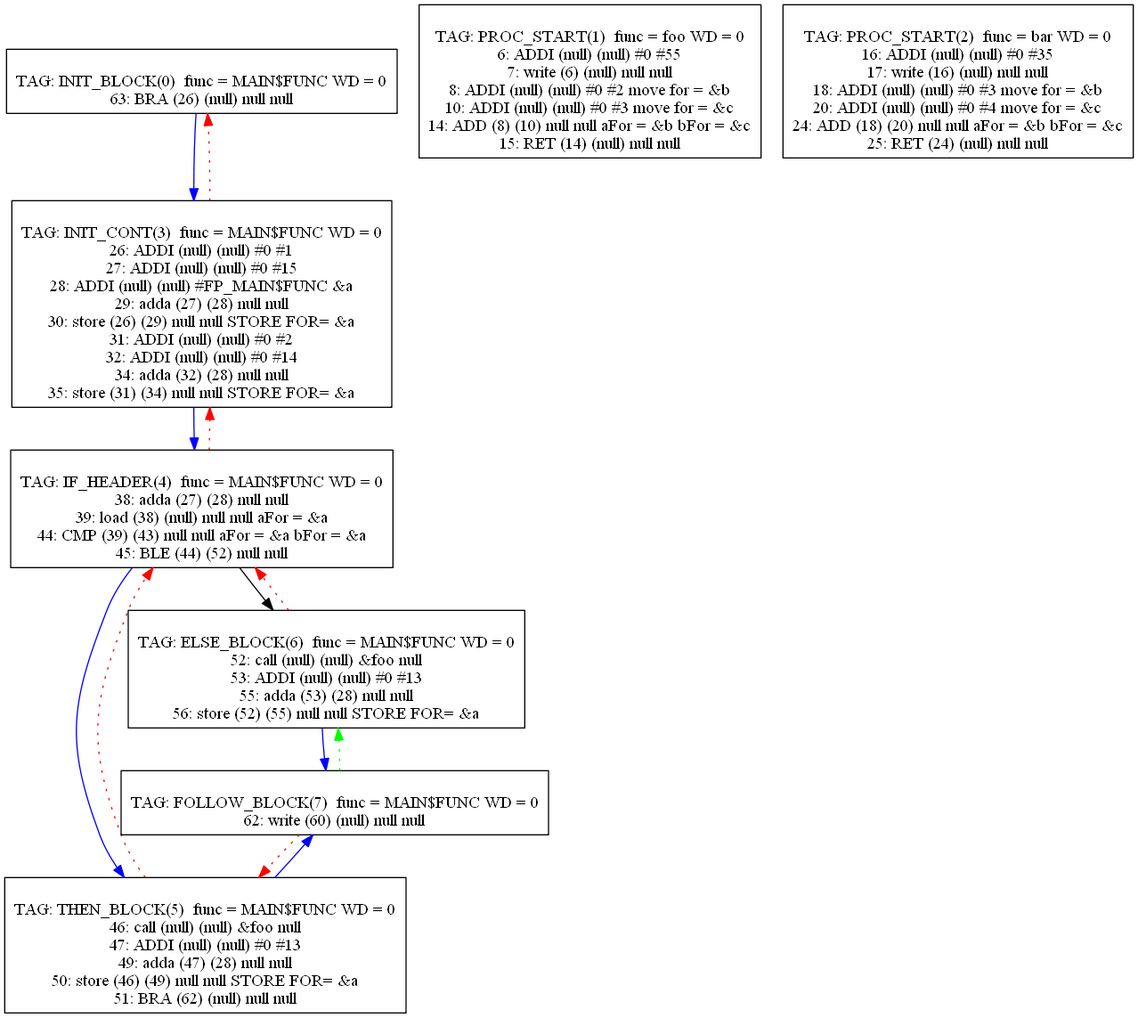
The Graphviz diagram Compiler/3graph.png in mbajaj92/Project-Astoria, before a commit. Its source is kept beside it as Compiler/3graph.dot.
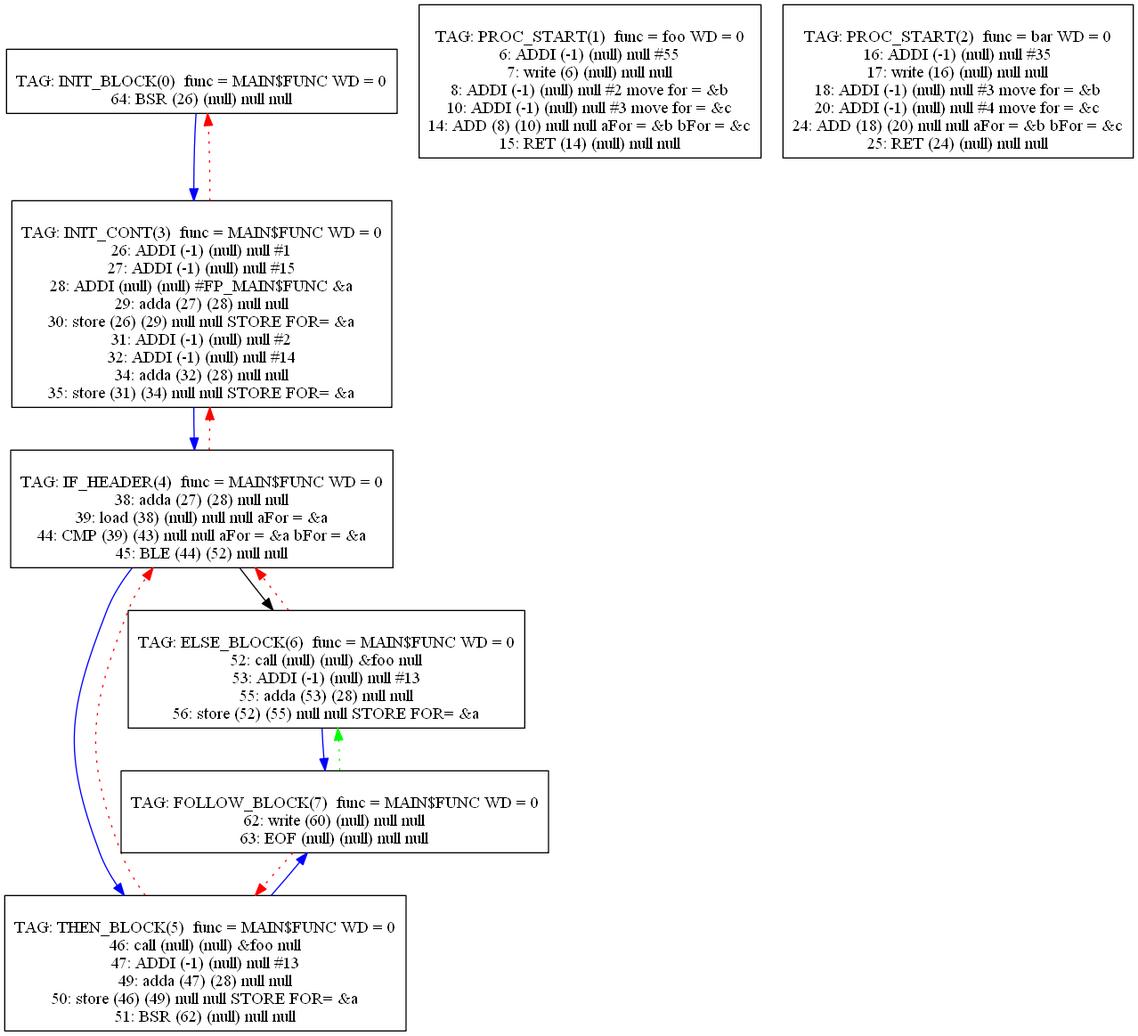
The same file after the commit.

What changed in the source:
```diff
@@ -1,39 +1,39 @@
 digraph {
 0[label="
 TAG: INIT_BLOCK(0)  func = MAIN$FUNC WD = 0
-63: BRA (26) (null) null null
+64: BSR (26) (null) null null
 "];
 0[shape=box];
 0 -> 3[color=blue]
 1[label="
 TAG: PROC_START(1)  func = foo WD = 0
-6: ADDI (null) (null) #0 #55
+6: ADDI (-1) (null) null #55
 7: write (6) (null) null null
-8: ADDI (null) (null) #0 #2 move for = &b
-10: ADDI (null) (null) #0 #3 move for = &c
+8: ADDI (-1) (null) null #2 move for = &b
+10: ADDI (-1) (null) null #3 move for = &c
 14: ADD (8) (10) null null aFor = &b bFor = &c
 15: RET (14) (null) null null
 "];
 1[shape=box];
 2[label="
 TAG: PROC_START(2)  func = bar WD = 0
-16: ADDI (null) (null) #0 #35
+16: ADDI (-1) (null) null #35
 17: write (16) (null) null null
-18: ADDI (null) (null) #0 #3 move for = &b
-20: ADDI (null) (null) #0 #4 move for = &c
+18: ADDI (-1) (null) null #3 move for = &b
+20: ADDI (-1) (null) null #4 move for = &c
 24: ADD (18) (20) null null aFor = &b bFor = &c
 25: RET (24) (null) null null
 "];
 2[shape=box];
 3[label="
 TAG: INIT_CONT(3)  func = MAIN$FUNC WD = 0
-26: ADDI (null) (null) #0 #1
-27: ADDI (null) (null) #0 #15
+26: ADDI (-1) (null) null #1
+27: ADDI (-1) (null) null #15
 28: ADDI (null) (null) #FP_MAIN$FUNC &a
 29: adda (27) (28) null null
 30: store (26) (29) null null STORE FOR= &a
-31: ADDI (null) (null) #0 #2
-32: ADDI (null) (null) #0 #14
+31: ADDI (-1) (null) null #2
+32: ADDI (-1) (null) null #14
 34: adda (32) (28) null null
 35: store (31) (34) null null STORE FOR= &a
 "];
@@ -54,10 +54,10 @@
 5[label="
 TAG: THEN_BLOCK(5)  func = MAIN$FUNC WD = 0
 46: call (null) (null) &foo null
-47: ADDI (null) (null) #0 #13
+47: ADDI (-1) (null) null #13
 49: adda (47) (28) null null
 50: store (46) (49) null null STORE FOR= &a
-51: BRA (62) (null) null null
+51: BSR (62) (null) null null
 "];
 5[shape=box];
 5 -> 7[color=blue]
@@ -65,7 +65,7 @@
 6[label="
 TAG: ELSE_BLOCK(6)  func = MAIN$FUNC WD = 0
 52: call (null) (null) &foo null
-53: ADDI (null) (null) #0 #13
+53: ADDI (-1) (null) null #13
 55: adda (53) (28) null null
 56: store (52) (55) null null STORE FOR= &a
 "];
@@ -75,6 +75,7 @@
 7[label="
 TAG: FOLLOW_BLOCK(7)  func = MAIN$FUNC WD = 0
 62: write (60) (null) null null
+63: EOF (null) (null) null null
 "];
 7[shape=box];
 7 -> 5[color=red][style=dotted]
```
